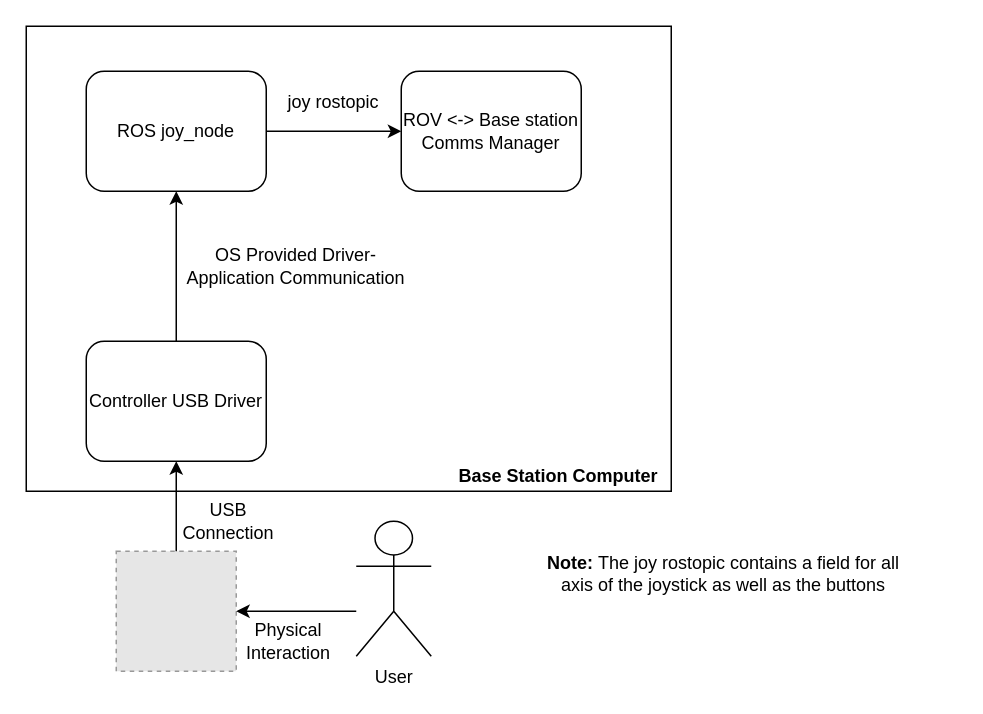
The draw.io diagram docs/architecture/UserInputCollection.drawio in sherrardTr4129/RIT-MSD-Finger-Lakes-ROV, before the edit. Source tidied: cells renumbered, new cells numbered last; positions are measured from the earlier drawing's top-left corner, leaving out a move shared by most shapes. Both pictures are drawn from the tidied source at 150%, with x=0, y=0 at pixel (26, 26). Pictures stored in the file or linked from it are replaced by grey dashed boxes.
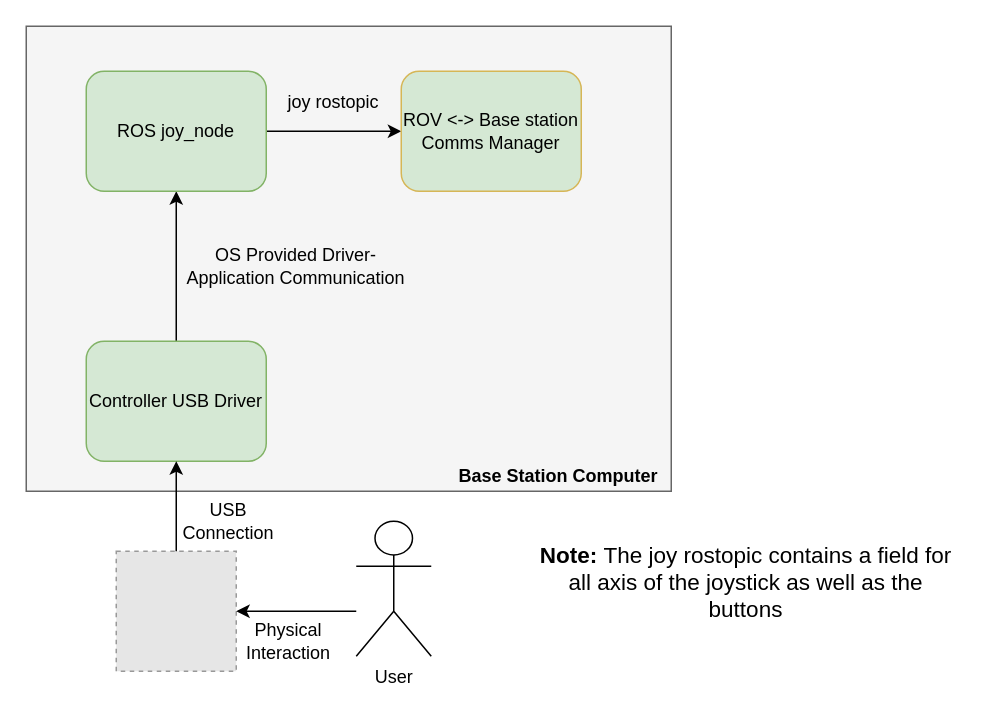
Above is the later version.

Change to the diagram source:
```diff
@@
 <mxGraphModel>
   <root>
     <mxCell id="0" />
     <mxCell id="1" parent="0" />
-    <mxCell id="2" style="rounded=0;whiteSpace=wrap;html=1;" parent="1" vertex="1">
+    <mxCell id="2" style="rounded=0;whiteSpace=wrap;html=1;fillColor=#f5f5f5;strokeColor=#666666;fontColor=#333333;" parent="1" vertex="1">
       <mxGeometry width="430" height="310" as="geometry" />
     </mxCell>
     <mxCell id="3" value="User" style="shape=umlActor;verticalLabelPosition=bottom;labelBackgroundColor=#ffffff;verticalAlign=top;html=1;" parent="1" vertex="1">
       <mxGeometry x="220" y="330" width="50" height="90" as="geometry" />
     </mxCell>
     <mxCell id="4" style="fillColor=#E6E6E6;strokeColor=#999999;dashed=1;html=1;verticalAlign=top;verticalLabelPosition=bottom;labelBackgroundColor=#ffffff;" parent="1" vertex="1">
       <mxGeometry x="60" y="350" width="80" height="80" as="geometry" />
     </mxCell>
     <mxCell id="5" style="endArrow=classic;html=1;entryX=1;entryY=0.5;entryDx=0;entryDy=0;" parent="1" edge="1" target="4">
       <mxGeometry relative="1" as="geometry">
         <mxPoint x="220" y="390" as="sourcePoint" />
       </mxGeometry>
     </mxCell>
     <mxCell id="6" style="edgeStyle=orthogonalEdgeStyle;rounded=0;jettySize=auto;html=1;exitX=0.5;exitY=0;exitDx=0;exitDy=0;entryX=0.5;entryY=1;entryDx=0;entryDy=0;" parent="1" edge="1" source="7" target="10">
       <mxGeometry relative="1" as="geometry" />
     </mxCell>
-    <mxCell id="7" value="Controller USB Driver" style="rounded=1;whiteSpace=wrap;html=1;" parent="1" vertex="1">
+    <mxCell id="7" value="Controller USB Driver" style="rounded=1;whiteSpace=wrap;html=1;fillColor=#d5e8d4;strokeColor=#82b366;" parent="1" vertex="1">
       <mxGeometry x="40" y="210" width="120" height="80" as="geometry" />
     </mxCell>
     <mxCell id="8" style="edgeStyle=orthogonalEdgeStyle;rounded=0;jettySize=auto;html=1;exitX=0.5;exitY=0;exitDx=0;exitDy=0;entryX=0.5;entryY=1;entryDx=0;entryDy=0;" parent="1" edge="1" source="4" target="7">
       <mxGeometry relative="1" as="geometry" />
     </mxCell>
     <mxCell id="9" style="edgeStyle=orthogonalEdgeStyle;rounded=0;jettySize=auto;html=1;exitX=1;exitY=0.5;exitDx=0;exitDy=0;entryX=0;entryY=0.5;entryDx=0;entryDy=0;" parent="1" edge="1" source="10" target="11">
       <mxGeometry relative="1" as="geometry" />
     </mxCell>
-    <mxCell id="10" value="ROS joy_node" style="rounded=1;whiteSpace=wrap;html=1;" parent="1" vertex="1">
+    <mxCell id="10" value="ROS joy_node" style="rounded=1;whiteSpace=wrap;html=1;fillColor=#d5e8d4;strokeColor=#82b366;" parent="1" vertex="1">
       <mxGeometry x="40" y="30" width="120" height="80" as="geometry" />
     </mxCell>
-    <mxCell id="11" value="ROV &amp;lt;-&amp;gt; Base station Comms Manager" style="rounded=1;whiteSpace=wrap;html=1;" parent="1" vertex="1">
+    <mxCell id="11" value="ROV &amp;lt;-&amp;gt; Base station Comms Manager" style="rounded=1;whiteSpace=wrap;html=1;fillColor=#D5E8D4;strokeColor=#d6b656;" parent="1" vertex="1">
       <mxGeometry x="250" y="30" width="120" height="80" as="geometry" />
     </mxCell>
     <mxCell id="12" value="joy rostopic" style="text;html=1;strokeColor=none;fillColor=none;align=center;verticalAlign=middle;whiteSpace=wrap;rounded=0;" parent="1" vertex="1">
       <mxGeometry x="155" y="41" width="100" height="20" as="geometry" />
     </mxCell>
     <mxCell id="13" value="OS Provided Driver-Application Communication&lt;br&gt;" style="text;html=1;strokeColor=none;fillColor=none;align=center;verticalAlign=middle;whiteSpace=wrap;rounded=0;" parent="1" vertex="1">
       <mxGeometry x="99.5" y="150" width="160" height="20" as="geometry" />
     </mxCell>
     <mxCell id="14" value="Base Station Computer" style="text;html=1;strokeColor=none;fillColor=none;align=center;verticalAlign=middle;whiteSpace=wrap;rounded=0;fontStyle=1;" parent="1" vertex="1">
       <mxGeometry x="270" y="290" width="170" height="20" as="geometry" />
     </mxCell>
-    <mxCell id="15" value="&lt;b&gt;Note: &lt;/b&gt;The joy rostopic contains a field for all axis of the joystick as well as the buttons" style="text;html=1;strokeColor=none;fillColor=none;align=center;verticalAlign=middle;whiteSpace=wrap;rounded=0;" parent="1" vertex="1">
-      <mxGeometry x="340" y="330" width="250" height="70" as="geometry" />
+    <mxCell id="15" value="&lt;b style=&quot;font-size: 15px;&quot;&gt;Note: &lt;/b&gt;The joy rostopic contains a field for all axis of the joystick as well as the buttons" style="text;html=1;strokeColor=none;fillColor=none;align=center;verticalAlign=middle;whiteSpace=wrap;rounded=0;fontSize=15;" parent="1" vertex="1">
+      <mxGeometry x="340" y="330" width="280" height="80" as="geometry" />
     </mxCell>
     <mxCell id="16" value="USB Connection" style="text;html=1;strokeColor=none;fillColor=none;align=center;verticalAlign=middle;whiteSpace=wrap;rounded=0;" parent="1" vertex="1">
       <mxGeometry x="115" y="320" width="40" height="20" as="geometry" />
     </mxCell>
     <mxCell id="17" value="Physical Interaction" style="text;html=1;strokeColor=none;fillColor=none;align=center;verticalAlign=middle;whiteSpace=wrap;rounded=0;" parent="1" vertex="1">
       <mxGeometry x="155" y="400" width="40" height="20" as="geometry" />
     </mxCell>
   </root>
 </mxGraphModel>
```
